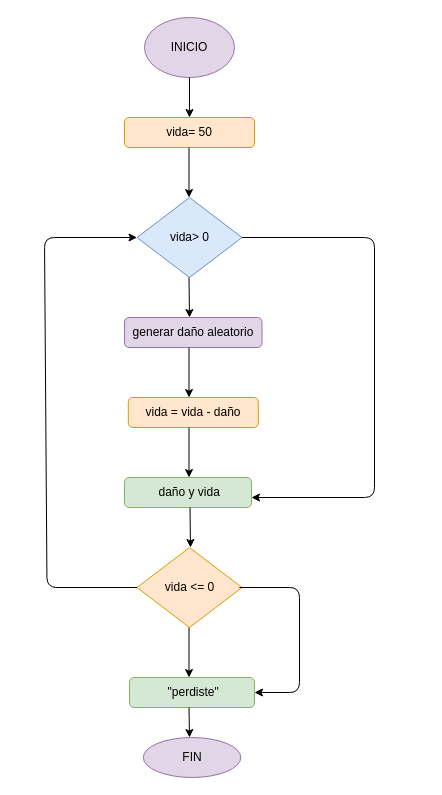
Before: ejercicio_2/diagrama.drawio in mariagomez1-hub/Taller_instrucci-n_repetitiva_while, a draw.io diagram. Source tidied: cells renumbered, new cells numbered last; positions are measured from the earlier drawing's top-left corner, leaving out a move shared by most shapes. Both pictures are drawn from the tidied source at 100%, with x=0, y=0 at pixel (44, 17).
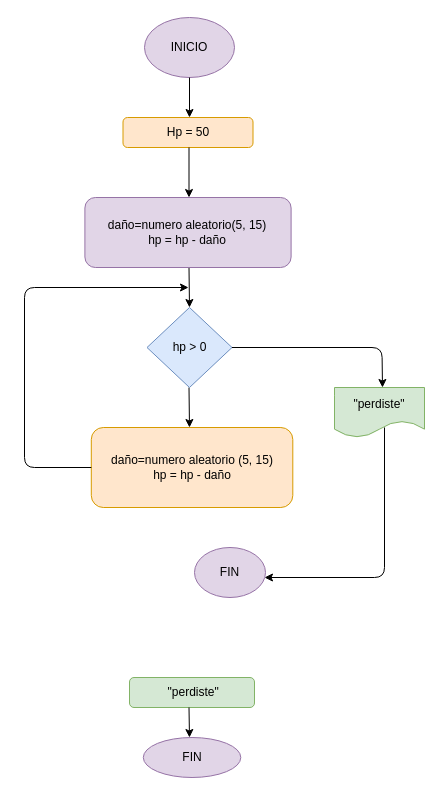
Above is the later version.

The change refers to these unchanged cells:
```xml
<mxCell id="2" value="INICIO" style="ellipse;whiteSpace=wrap;html=1;fillColor=#e1d5e7;strokeColor=#9673a6;" parent="1" vertex="1">
  <mxGeometry x="100" width="90" height="60" as="geometry" />
</mxCell>
<mxCell id="19" value="&amp;nbsp;&quot;perdiste&quot;" style="rounded=1;whiteSpace=wrap;html=1;fillColor=#d5e8d4;strokeColor=#82b366;" parent="1" vertex="1">
  <mxGeometry x="85" y="660" width="125" height="30" as="geometry" />
</mxCell>
```

Change to the diagram source:
```diff
@@
-    <mxCell id="3" value="vida= 50" style="rounded=1;whiteSpace=wrap;html=1;fillColor=#ffe6cc;strokeColor=#d79b00;" parent="1" vertex="1">
-      <mxGeometry x="80" y="100" width="130" height="30" as="geometry" />
+    <mxCell id="3" value="Hp = 50" style="rounded=1;whiteSpace=wrap;html=1;fillColor=#ffe6cc;strokeColor=#d79b00;" parent="1" vertex="1">
+      <mxGeometry x="78.5" y="100" width="130" height="30" as="geometry" />
     </mxCell>
@@
-    <mxCell id="5" style="endArrow=classic;html=1;exitX=0.5;exitY=1;exitDx=0;exitDy=0;entryX=0.5;entryY=0;entryDx=0;entryDy=0;" parent="1" edge="1" source="2" target="3">
-      <mxGeometry relative="1" as="geometry" />
+    <mxCell id="5" style="endArrow=classic;html=1;exitX=0.5;exitY=1;exitDx=0;exitDy=0;" parent="1" edge="1" source="2">
+      <mxGeometry relative="1" as="geometry">
+        <mxPoint x="145" y="100" as="targetPoint" />
+      </mxGeometry>
     </mxCell>
-    <mxCell id="6" value="vida&amp;gt; 0" style="rhombus;whiteSpace=wrap;html=1;fillColor=#dae8fc;strokeColor=#6c8ebf;" parent="1" vertex="1">
-      <mxGeometry x="92.5" y="180" width="105" height="80" as="geometry" />
-    </mxCell>
-    <mxCell id="7" style="endArrow=classic;html=1;entryX=1;entryY=0.667;entryDx=0;entryDy=0;entryPerimeter=0;exitX=1;exitY=0.5;exitDx=0;exitDy=0;" parent="1" edge="1" source="6" target="13">
-      <mxGeometry relative="1" as="geometry">
-        <Array as="points">
-          <mxPoint x="330" y="220" />
-          <mxPoint x="330" y="480" />
-        </Array>
-      </mxGeometry>
-    </mxCell>
     <mxCell id="8" style="endArrow=classic;html=1;" parent="1" edge="1">
       <mxGeometry relative="1" as="geometry">
-        <mxPoint x="144.5" y="260" as="sourcePoint" />
-        <mxPoint x="145" y="300" as="targetPoint" />
+        <mxPoint x="144.5" y="250" as="sourcePoint" />
+        <mxPoint x="145" y="290" as="targetPoint" />
       </mxGeometry>
     </mxCell>
-    <mxCell id="9" value="generar daño aleatorio" style="rounded=1;whiteSpace=wrap;html=1;fillColor=#e1d5e7;strokeColor=#9673a6;" parent="1" vertex="1">
-      <mxGeometry x="80" y="300" width="137.5" height="30" as="geometry" />
+    <mxCell id="9" value="daño=numero aleatorio(5, 15)&lt;div&gt;hp = hp - daño&lt;/div&gt;" style="rounded=1;whiteSpace=wrap;html=1;fillColor=#e1d5e7;strokeColor=#9673a6;" parent="1" vertex="1">
+      <mxGeometry x="40.4" y="180" width="206.2" height="70" as="geometry" />
     </mxCell>
     <mxCell id="10" style="endArrow=classic;html=1;" parent="1" edge="1">
       <mxGeometry relative="1" as="geometry">
-        <mxPoint x="144.5" y="330" as="sourcePoint" />
-        <mxPoint x="144.5" y="380" as="targetPoint" />
+        <mxPoint x="144.5" y="370" as="sourcePoint" />
+        <mxPoint x="145" y="410" as="targetPoint" />
       </mxGeometry>
     </mxCell>
-    <mxCell id="11" value="vida = vida - daño" style="rounded=1;whiteSpace=wrap;html=1;fillColor=#ffe6cc;strokeColor=#d79b00;" parent="1" vertex="1">
-      <mxGeometry x="83.8" y="380" width="130" height="30" as="geometry" />
+    <mxCell id="11" value="daño=numero aleatorio (5, 15)&lt;div&gt;hp = hp - daño&lt;/div&gt;" style="rounded=1;whiteSpace=wrap;html=1;fillColor=#ffe6cc;strokeColor=#d79b00;" parent="1" vertex="1">
+      <mxGeometry x="46.8" y="410" width="201.5" height="80" as="geometry" />
     </mxCell>
-    <mxCell id="12" style="endArrow=classic;html=1;" parent="1" edge="1">
-      <mxGeometry relative="1" as="geometry">
-        <mxPoint x="144.5" y="410" as="sourcePoint" />
-        <mxPoint x="144.5" y="460" as="targetPoint" />
-      </mxGeometry>
-    </mxCell>
-    <mxCell id="13" value="&amp;nbsp;daño y vida" style="rounded=1;whiteSpace=wrap;html=1;fillColor=#d5e8d4;strokeColor=#82b366;" parent="1" vertex="1">
-      <mxGeometry x="80" y="460" width="127" height="30" as="geometry" />
-    </mxCell>
-    <mxCell id="14" style="endArrow=classic;html=1;exitX=0.5;exitY=1;exitDx=0;exitDy=0;" parent="1" edge="1">
-      <mxGeometry relative="1" as="geometry">
-        <mxPoint x="145.5" y="490" as="sourcePoint" />
-        <mxPoint x="146" y="530" as="targetPoint" />
-      </mxGeometry>
-    </mxCell>
-    <mxCell id="15" value="vida &amp;lt;= 0" style="rhombus;whiteSpace=wrap;html=1;fillColor=#ffe6cc;strokeColor=#d79b00;" parent="1" vertex="1">
-      <mxGeometry x="92.5" y="530" width="105" height="80" as="geometry" />
-    </mxCell>
-    <mxCell id="16" style="endArrow=classic;html=1;entryX=1;entryY=0.5;entryDx=0;entryDy=0;entryPerimeter=0;" parent="1" edge="1" target="19">
-      <mxGeometry relative="1" as="geometry">
-        <mxPoint x="195" y="570" as="sourcePoint" />
-        <Array as="points">
-          <mxPoint x="255" y="570" />
-          <mxPoint x="255" y="675" />
-        </Array>
-      </mxGeometry>
-    </mxCell>
-    <mxCell id="17" style="endArrow=classic;html=1;entryX=0;entryY=0.5;entryDx=0;entryDy=0;" parent="1" edge="1" target="6">
-      <mxGeometry relative="1" as="geometry">
-        <mxPoint x="92.5" y="570" as="sourcePoint" />
-        <Array as="points">
-          <mxPoint x="2.5" y="570" />
-          <mxPoint y="220" />
-        </Array>
-      </mxGeometry>
-    </mxCell>
-    <mxCell id="18" style="endArrow=classic;html=1;" parent="1" edge="1">
-      <mxGeometry relative="1" as="geometry">
-        <mxPoint x="144.5" y="610" as="sourcePoint" />
-        <mxPoint x="144.5" y="660" as="targetPoint" />
-      </mxGeometry>
-    </mxCell>
@@
+    <mxCell id="22" value="hp &amp;gt; 0" style="rhombus;whiteSpace=wrap;html=1;fillColor=#dae8fc;strokeColor=#6c8ebf;" parent="1" vertex="1">
+      <mxGeometry x="102.5" y="290" width="85" height="80" as="geometry" />
+    </mxCell>
+    <mxCell id="23" style="endArrow=classic;html=1;" parent="1" edge="1">
+      <mxGeometry relative="1" as="geometry">
+        <mxPoint x="187.5" y="330" as="sourcePoint" />
+        <mxPoint x="338" y="370" as="targetPoint" />
+        <Array as="points">
+          <mxPoint x="337.5" y="330" />
+        </Array>
+      </mxGeometry>
+    </mxCell>
+    <mxCell id="24" value="&quot;perdiste&quot;" style="shape=document;whiteSpace=wrap;html=1;boundedLbl=1;size=0.3333333333333333;fillColor=#d5e8d4;strokeColor=#82b366;" parent="1" vertex="1">
+      <mxGeometry x="290" y="370" width="90" height="50" as="geometry" />
+    </mxCell>
+    <mxCell id="25" style="endArrow=classic;html=1;exitX=0;exitY=0.5;exitDx=0;exitDy=0;" parent="1" edge="1" source="11">
+      <mxGeometry relative="1" as="geometry">
+        <mxPoint x="144" y="270" as="targetPoint" />
+        <Array as="points">
+          <mxPoint x="-20" y="450" />
+          <mxPoint x="-20" y="270" />
+        </Array>
+      </mxGeometry>
+    </mxCell>
+    <mxCell id="26" style="endArrow=classic;html=1;" parent="1" edge="1">
+      <mxGeometry relative="1" as="geometry">
+        <mxPoint x="340" y="410" as="sourcePoint" />
+        <mxPoint x="220" y="560" as="targetPoint" />
+        <Array as="points">
+          <mxPoint x="340" y="560" />
+        </Array>
+      </mxGeometry>
+    </mxCell>
+    <mxCell id="27" value="FIN" style="ellipse;whiteSpace=wrap;html=1;fillColor=#e1d5e7;strokeColor=#9673a6;" parent="1" vertex="1">
+      <mxGeometry x="150" y="530" width="71" height="50" as="geometry" />
+    </mxCell>
```
